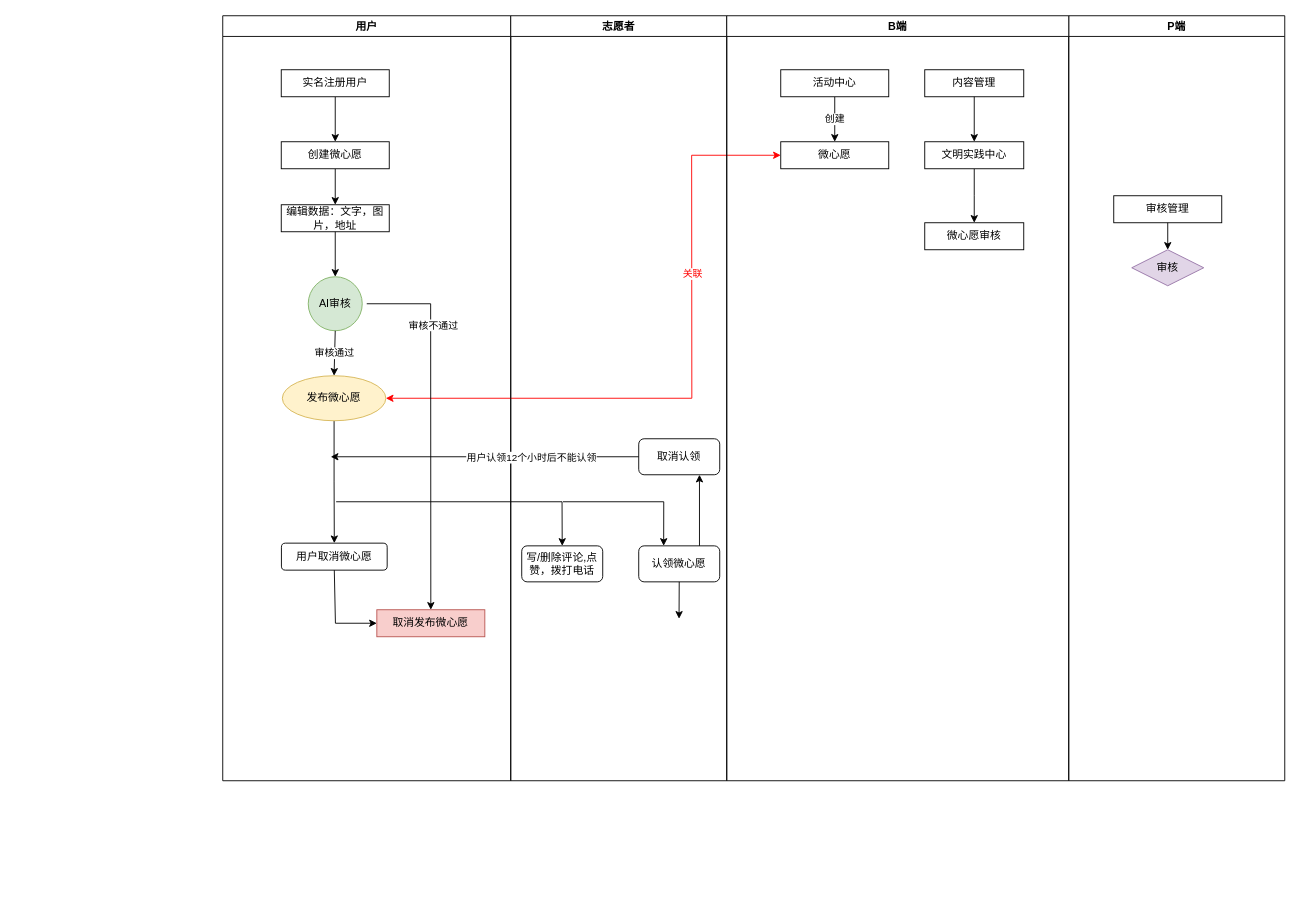
This is 微心愿改版.drawio from KZ137onethe/hello-world, a draw.io file, before an edit. Source tidied: cells renumbered, new cells numbered last; positions are measured from the earlier drawing's top-left corner, leaving out a move shared by most shapes. Both pictures are drawn from the tidied source at 90%, with x=0, y=0 at pixel (222, 15).
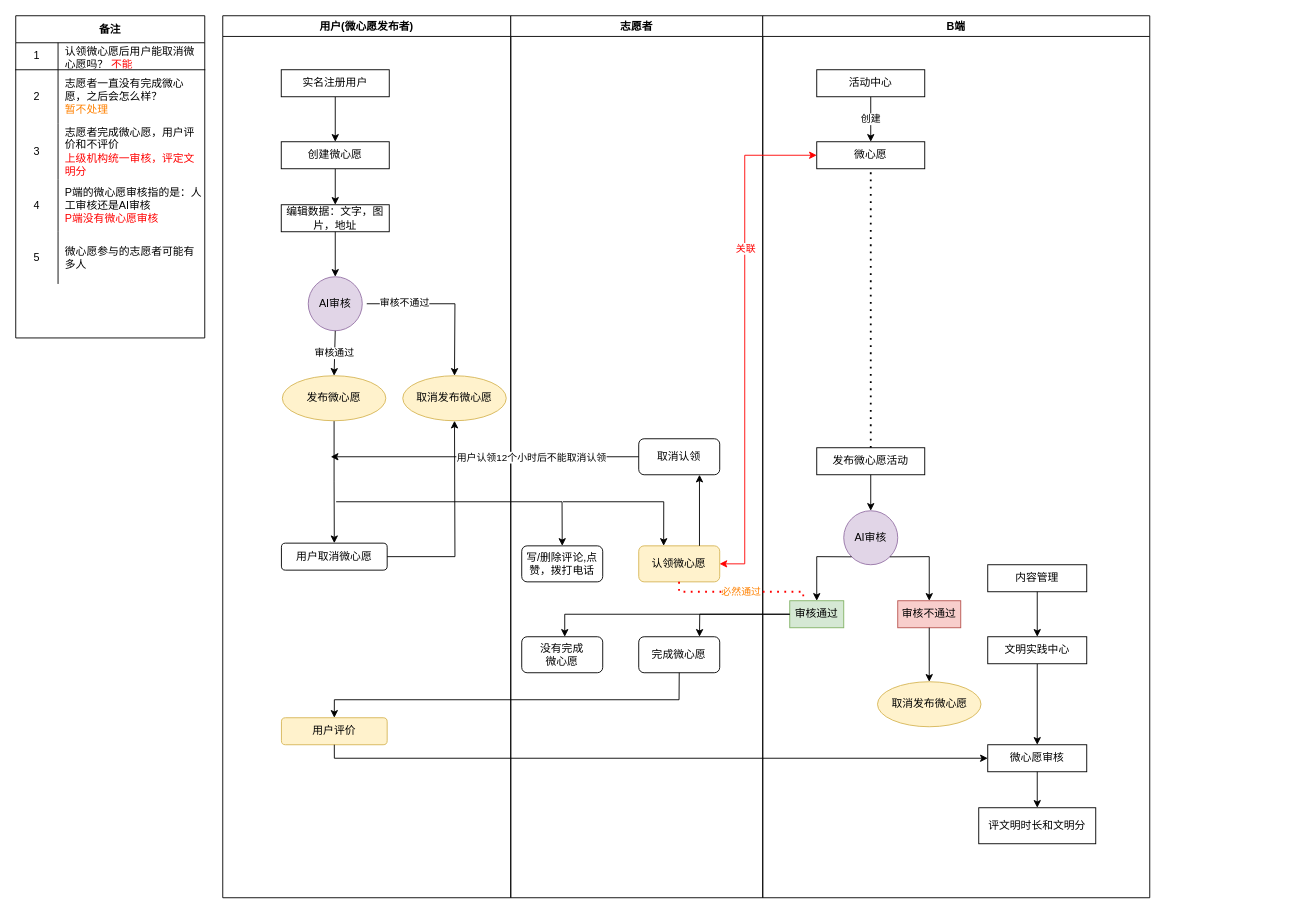
Above is the later version.

Commit message:
微心愿改版.drawio

Unchanged cells that the change refers to:
```xml
<mxCell id="10" value="用户取消微心愿" style="rounded=1;whiteSpace=wrap;html=1;fontColor=#000000;strokeWidth=1;verticalAlign=middle;" parent="2" vertex="1">
  <mxGeometry x="65.2" y="586" width="117.5" height="30" as="geometry" />
</mxCell>
<mxCell id="30" value="微心愿" style="rounded=0;whiteSpace=wrap;html=1;" parent="27" vertex="1">
  <mxGeometry x="60" y="140" width="120" height="30" as="geometry" />
</mxCell>
<mxCell id="36" style="endArrow=classic;html=1;rounded=0;fontColor=#000000;strokeColor=#000000;exitX=0;exitY=0.5;exitDx=0;exitDy=0;" parent="1" edge="1" source="21">
  <mxGeometry relative="1" as="geometry">
    <mxPoint x="120" y="490" as="targetPoint" />
  </mxGeometry>
</mxCell>
```

Change to the diagram source:
```diff
@@
-    <mxCell id="2" value="用户" style="swimlane;" parent="1" vertex="1">
-      <mxGeometry width="320" height="850" as="geometry" />
+    <mxCell id="2" value="用户(微心愿发布者)" style="swimlane;" parent="1" vertex="1">
+      <mxGeometry width="320" height="980" as="geometry" />
     </mxCell>
@@
-    <mxCell id="11" value="&lt;font color=&quot;#000000&quot;&gt;AI审核&lt;/font&gt;" style="ellipse;whiteSpace=wrap;html=1;shadow=0;glass=0;strokeColor=#82b366;strokeWidth=1;fillColor=#d5e8d4;verticalAlign=middle;" parent="2" vertex="1">
+    <mxCell id="11" value="&lt;font color=&quot;#000000&quot;&gt;AI审核&lt;/font&gt;" style="ellipse;whiteSpace=wrap;html=1;shadow=0;glass=0;strokeColor=#9673a6;strokeWidth=1;fillColor=#e1d5e7;verticalAlign=middle;" parent="2" vertex="1">
       <mxGeometry x="95" y="290" width="60" height="60" as="geometry" />
     </mxCell>
@@
-    <mxCell id="14" style="endArrow=classic;startArrow=classic;html=1;rounded=0;exitX=1;exitY=0.5;exitDx=0;exitDy=0;exitPerimeter=0;entryX=0;entryY=0.5;entryDx=0;entryDy=0;strokeColor=#FF0000;" parent="2" edge="1" target="30">
-      <mxGeometry relative="1" as="geometry">
-        <mxPoint x="181.2" y="425" as="sourcePoint" />
-        <Array as="points">
-          <mxPoint x="521.2" y="425" />
-          <mxPoint x="521" y="155" />
-        </Array>
-      </mxGeometry>
-    </mxCell>
-    <mxCell id="15" value="关联" style="edgeLabel;html=1;align=center;verticalAlign=middle;fontColor=#FF0000;" parent="14" vertex="1">
-      <mxGeometry x="0.35" relative="1" as="geometry" />
-    </mxCell>
-    <mxCell id="16" value="取消发布微心愿" style="rounded=0;whiteSpace=wrap;html=1;fillColor=#f8cecc;strokeColor=#b85450;" parent="2" vertex="1">
-      <mxGeometry x="171.2" y="660" width="120" height="30" as="geometry" />
-    </mxCell>
-    <mxCell id="17" style="endArrow=classic;html=1;rounded=0;fontColor=#FF0000;strokeColor=#000000;entryX=0;entryY=0.5;entryDx=0;entryDy=0;exitX=0.5;exitY=1;exitDx=0;exitDy=0;" parent="2" edge="1" source="10" target="16">
+    <mxCell id="17" style="endArrow=classic;html=1;rounded=0;fontColor=#FF0000;strokeColor=#000000;entryX=0.5;entryY=1;entryDx=0;entryDy=0;exitX=1;exitY=0.5;exitDx=0;exitDy=0;entryPerimeter=0;" parent="2" edge="1" source="10">
       <mxGeometry relative="1" as="geometry">
+        <mxPoint x="257.5" y="450" as="targetPoint" />
         <Array as="points">
-          <mxPoint x="125.2" y="675" />
+          <mxPoint x="258" y="601" />
         </Array>
       </mxGeometry>
     </mxCell>
+    <mxCell id="43" value="用户评价" style="rounded=1;whiteSpace=wrap;html=1;strokeWidth=1;verticalAlign=middle;fillColor=#fff2cc;strokeColor=#d6b656;" parent="2" vertex="1">
+      <mxGeometry x="65.2" y="780" width="117.5" height="30" as="geometry" />
+    </mxCell>
+    <mxCell id="44" value="取消发布微心愿" style="strokeWidth=1;html=1;shape=mxgraph.flowchart.start_1;whiteSpace=wrap;fillColor=#fff2cc;strokeColor=#d6b656;" parent="2" vertex="1">
+      <mxGeometry x="200" y="400" width="115" height="50" as="geometry" />
+    </mxCell>
     <mxCell id="18" value="志愿者" style="swimlane;" parent="1" vertex="1">
-      <mxGeometry x="320" width="240" height="850" as="geometry" />
+      <mxGeometry x="320" width="280" height="980" as="geometry" />
     </mxCell>
@@
-    <mxCell id="20" value="认领微心愿" style="rounded=1;whiteSpace=wrap;html=1;fontColor=#000000;strokeWidth=1;verticalAlign=middle;glass=0;" parent="18" vertex="1">
+    <mxCell id="20" value="认领微心愿" style="rounded=1;whiteSpace=wrap;html=1;strokeWidth=1;verticalAlign=middle;glass=0;fillColor=#fff2cc;strokeColor=#d6b656;" parent="18" vertex="1">
       <mxGeometry x="142.2" y="589" width="90" height="40" as="geometry" />
     </mxCell>
@@
-    <mxCell id="23" value="P端" style="swimlane;" parent="1" vertex="1">
-      <mxGeometry x="940" width="240" height="850" as="geometry" />
-    </mxCell>
-    <mxCell id="24" value="审核" style="strokeWidth=1;html=1;shape=mxgraph.flowchart.decision;whiteSpace=wrap;fillColor=#e1d5e7;strokeColor=#9673a6;" parent="23" vertex="1">
-      <mxGeometry x="70" y="260" width="80" height="40" as="geometry" />
-    </mxCell>
-    <mxCell id="25" value="审核管理" style="rounded=0;whiteSpace=wrap;html=1;" parent="23" vertex="1">
-      <mxGeometry x="50" y="200" width="120" height="30" as="geometry" />
-    </mxCell>
-    <mxCell id="26" style="endArrow=classic;html=1;rounded=0;exitX=0.5;exitY=1;exitDx=0;exitDy=0;entryX=0.5;entryY=0;entryDx=0;entryDy=0;entryPerimeter=0;" parent="23" edge="1" source="25" target="24">
-      <mxGeometry relative="1" as="geometry" />
-    </mxCell>
+    <mxCell id="45" value="完成微心愿" style="rounded=1;whiteSpace=wrap;html=1;fontColor=#000000;strokeWidth=1;verticalAlign=middle;glass=0;" parent="18" vertex="1">
+      <mxGeometry x="142.2" y="690" width="90" height="40" as="geometry" />
+    </mxCell>
+    <mxCell id="46" value="没有完成&lt;br&gt;微心愿" style="rounded=1;whiteSpace=wrap;html=1;fontColor=#000000;strokeWidth=1;verticalAlign=middle;glass=0;" parent="18" vertex="1">
+      <mxGeometry x="12.2" y="690" width="90" height="40" as="geometry" />
+    </mxCell>
     <mxCell id="27" value="B端" style="swimlane;" parent="1" vertex="1">
-      <mxGeometry x="560" width="380" height="850" as="geometry" />
+      <mxGeometry x="600" width="430" height="980" as="geometry" />
     </mxCell>
@@
     <mxCell id="31" value="内容管理" style="rounded=0;whiteSpace=wrap;html=1;strokeWidth=1;" parent="27" vertex="1">
-      <mxGeometry x="220" y="60" width="110" height="30" as="geometry" />
+      <mxGeometry x="250" y="610" width="110" height="30" as="geometry" />
     </mxCell>
-    <mxCell id="32" style="edgeStyle=orthogonalEdgeStyle;rounded=0;jettySize=auto;html=1;exitX=0.5;exitY=1;exitDx=0;exitDy=0;" parent="27" edge="1" source="33">
-      <mxGeometry relative="1" as="geometry">
-        <mxPoint x="275" y="230" as="targetPoint" />
-      </mxGeometry>
+    <mxCell id="32" style="edgeStyle=orthogonalEdgeStyle;rounded=0;jettySize=auto;html=1;exitX=0.5;exitY=1;exitDx=0;exitDy=0;entryX=0.5;entryY=0;entryDx=0;entryDy=0;" parent="27" edge="1" source="33" target="35">
+      <mxGeometry relative="1" as="geometry" />
     </mxCell>
     <mxCell id="33" value="文明实践中心" style="rounded=0;whiteSpace=wrap;html=1;strokeWidth=1;" parent="27" vertex="1">
-      <mxGeometry x="220" y="140" width="110" height="30" as="geometry" />
+      <mxGeometry x="250" y="690" width="110" height="30" as="geometry" />
     </mxCell>
@@
     <mxCell id="35" value="微心愿审核" style="rounded=0;whiteSpace=wrap;html=1;strokeWidth=1;" parent="27" vertex="1">
-      <mxGeometry x="220" y="230" width="110" height="30" as="geometry" />
+      <mxGeometry x="250" y="810" width="110" height="30" as="geometry" />
     </mxCell>
+    <mxCell id="47" value="发布微心愿活动" style="rounded=0;whiteSpace=wrap;html=1;" parent="27" vertex="1">
+      <mxGeometry x="60" y="480" width="120" height="30" as="geometry" />
+    </mxCell>
+    <mxCell id="48" style="endArrow=none;dashed=1;html=1;dashPattern=1 3;strokeWidth=2;rounded=0;exitX=0.5;exitY=0;exitDx=0;exitDy=0;entryX=0.5;entryY=1;entryDx=0;entryDy=0;" parent="27" edge="1" source="47" target="30">
+      <mxGeometry relative="1" as="geometry" />
+    </mxCell>
+    <mxCell id="49" value="&lt;font color=&quot;#000000&quot;&gt;AI审核&lt;/font&gt;" style="ellipse;whiteSpace=wrap;html=1;shadow=0;glass=0;strokeColor=#9673a6;strokeWidth=1;fillColor=#e1d5e7;verticalAlign=middle;" parent="27" vertex="1">
+      <mxGeometry x="90" y="550" width="60" height="60" as="geometry" />
+    </mxCell>
+    <mxCell id="50" style="endArrow=classic;html=1;rounded=0;exitX=0.5;exitY=1;exitDx=0;exitDy=0;entryX=0.5;entryY=0;entryDx=0;entryDy=0;" parent="27" edge="1" source="47" target="49">
+      <mxGeometry relative="1" as="geometry" />
+    </mxCell>
+    <mxCell id="51" value="审核通过" style="rounded=0;whiteSpace=wrap;html=1;fillColor=#d5e8d4;strokeColor=#82b366;" parent="27" vertex="1">
+      <mxGeometry x="30" y="650" width="60" height="30" as="geometry" />
+    </mxCell>
+    <mxCell id="52" style="endArrow=classic;html=1;rounded=0;exitX=1;exitY=1;exitDx=0;exitDy=0;entryX=0.5;entryY=0;entryDx=0;entryDy=0;" parent="27" edge="1" source="49" target="53">
+      <mxGeometry relative="1" as="geometry">
+        <Array as="points">
+          <mxPoint x="185" y="601" />
+        </Array>
+      </mxGeometry>
+    </mxCell>
+    <mxCell id="53" value="审核不通过" style="rounded=0;whiteSpace=wrap;html=1;fillColor=#f8cecc;strokeColor=#b85450;" parent="27" vertex="1">
+      <mxGeometry x="150" y="650" width="70" height="30" as="geometry" />
+    </mxCell>
+    <mxCell id="54" style="endArrow=classic;html=1;rounded=0;fontSize=11;fontColor=#FF8000;strokeColor=#000000;exitX=0.5;exitY=1;exitDx=0;exitDy=0;entryX=0.5;entryY=0;entryDx=0;entryDy=0;" parent="27" edge="1" source="53">
+      <mxGeometry relative="1" as="geometry">
+        <mxPoint x="185" y="740" as="targetPoint" />
+      </mxGeometry>
+    </mxCell>
+    <mxCell id="55" value="评文明时长和文明分" style="rounded=0;whiteSpace=wrap;html=1;strokeWidth=1;" parent="27" vertex="1">
+      <mxGeometry x="240" y="880" width="130" height="40" as="geometry" />
+    </mxCell>
+    <mxCell id="56" style="endArrow=classic;html=1;rounded=0;exitX=0;exitY=1;exitDx=0;exitDy=0;entryX=0.5;entryY=0;entryDx=0;entryDy=0;" parent="27" edge="1" source="49" target="51">
+      <mxGeometry relative="1" as="geometry">
+        <Array as="points">
+          <mxPoint x="60" y="601" />
+        </Array>
+      </mxGeometry>
+    </mxCell>
+    <mxCell id="57" value="取消发布微心愿" style="strokeWidth=1;html=1;shape=mxgraph.flowchart.start_1;whiteSpace=wrap;fillColor=#fff2cc;strokeColor=#d6b656;" parent="27" vertex="1">
+      <mxGeometry x="127.5" y="740" width="115" height="50" as="geometry" />
+    </mxCell>
@@
-    <mxCell id="37" value="用户认领12个小时后不能认领" style="edgeLabel;html=1;align=center;verticalAlign=middle;fontColor=#000000;" parent="36" vertex="1">
+    <mxCell id="37" value="用户认领12个小时后不能取消认领" style="edgeLabel;html=1;align=center;verticalAlign=middle;fontColor=#000000;" parent="36" vertex="1">
       <mxGeometry x="-0.3" relative="1" as="geometry" />
     </mxCell>
-    <mxCell id="38" style="endArrow=classic;html=1;rounded=0;fontColor=#000000;strokeColor=#000000;" parent="1" edge="1" target="16">
+    <mxCell id="38" style="endArrow=classic;html=1;rounded=0;fontColor=#000000;strokeColor=#000000;entryX=0.5;entryY=0;entryDx=0;entryDy=0;entryPerimeter=0;" parent="1" edge="1">
       <mxGeometry relative="1" as="geometry">
         <mxPoint x="160" y="320" as="sourcePoint" />
+        <mxPoint x="257.5" y="400" as="targetPoint" />
         <Array as="points">
-          <mxPoint x="231" y="320" />
+          <mxPoint x="258" y="320" />
         </Array>
       </mxGeometry>
     </mxCell>
@@
-    <mxCell id="42" style="endArrow=classic;html=1;rounded=0;fontColor=#000000;strokeColor=#000000;exitX=0.5;exitY=1;exitDx=0;exitDy=0;" parent="1" edge="1" source="20">
-      <mxGeometry relative="1" as="geometry">
-        <mxPoint x="507" y="670" as="targetPoint" />
-      </mxGeometry>
-    </mxCell>
+    <mxCell id="14" style="endArrow=classic;startArrow=classic;html=1;rounded=0;entryX=0;entryY=0.5;entryDx=0;entryDy=0;strokeColor=#FF0000;" parent="1" edge="1" target="30">
+      <mxGeometry relative="1" as="geometry">
+        <mxPoint x="552" y="609" as="sourcePoint" />
+        <Array as="points">
+          <mxPoint x="580" y="609" />
+          <mxPoint x="580" y="155" />
+        </Array>
+      </mxGeometry>
+    </mxCell>
+    <mxCell id="15" value="关联" style="edgeLabel;html=1;align=center;verticalAlign=middle;fontColor=#FF0000;" parent="14" vertex="1">
+      <mxGeometry x="0.35" relative="1" as="geometry" />
+    </mxCell>
+    <mxCell id="58" style="endArrow=classic;html=1;rounded=0;exitX=0;exitY=0.5;exitDx=0;exitDy=0;entryX=0.75;entryY=0;entryDx=0;entryDy=0;" parent="1" edge="1" source="51" target="45">
+      <mxGeometry relative="1" as="geometry">
+        <Array as="points">
+          <mxPoint x="530" y="665" />
+        </Array>
+      </mxGeometry>
+    </mxCell>
+    <mxCell id="59" style="endArrow=classic;html=1;rounded=0;exitX=0.5;exitY=1;exitDx=0;exitDy=0;entryX=0.5;entryY=0;entryDx=0;entryDy=0;" parent="1" edge="1" source="45" target="43">
+      <mxGeometry relative="1" as="geometry">
+        <Array as="points">
+          <mxPoint x="507" y="760" />
+          <mxPoint x="124" y="760" />
+        </Array>
+      </mxGeometry>
+    </mxCell>
+    <mxCell id="60" value="备注" style="shape=table;startSize=30;childLayout=tableLayout;rowLines=0;fontStyle=1;align=center;" parent="1" vertex="1">
+      <mxGeometry x="-230" width="210" height="358" as="geometry" />
+    </mxCell>
+    <mxCell id="61" style="shape=partialRectangle;html=1;whiteSpace=wrap;fillColor=none;top=0;left=0;bottom=1;right=0;" parent="60" vertex="1">
+      <mxGeometry y="30" width="210" height="30" as="geometry" />
+    </mxCell>
+    <mxCell id="62" value="1" style="shape=partialRectangle;html=1;whiteSpace=wrap;fillColor=none;top=0;left=0;bottom=0;right=0;overflow=hidden;" parent="61" vertex="1">
+      <mxGeometry width="47" height="30" as="geometry" />
+    </mxCell>
+    <mxCell id="63" value="认领微心愿后用户能取消微心愿吗？ &lt;font color=&quot;#ff0000&quot;&gt;不能&lt;/font&gt;" style="shape=partialRectangle;html=1;whiteSpace=wrap;fillColor=none;top=0;left=0;bottom=0;right=0;align=left;spacingLeft=6;overflow=hidden;" parent="61" vertex="1">
+      <mxGeometry x="47" width="163" height="30" as="geometry" />
+    </mxCell>
+    <mxCell id="64" style="shape=partialRectangle;html=1;whiteSpace=wrap;fillColor=none;top=0;left=0;bottom=0;right=0;" parent="60" vertex="1">
+      <mxGeometry y="60" width="210" height="60" as="geometry" />
+    </mxCell>
+    <mxCell id="65" value="2" style="shape=partialRectangle;html=1;whiteSpace=wrap;fillColor=none;top=0;left=0;bottom=0;right=0;overflow=hidden;" parent="64" vertex="1">
+      <mxGeometry width="47" height="60" as="geometry" />
+    </mxCell>
+    <mxCell id="66" value="志愿者一直没有完成微心愿，之后会怎么样？&lt;br&gt;&lt;font color=&quot;#ff8000&quot;&gt;暂不处理&lt;/font&gt;" style="shape=partialRectangle;html=1;whiteSpace=wrap;fillColor=none;top=0;left=0;bottom=0;right=0;align=left;spacingLeft=6;overflow=hidden;" parent="64" vertex="1">
+      <mxGeometry x="47" width="163" height="60" as="geometry" />
+    </mxCell>
+    <mxCell id="67" style="shape=partialRectangle;html=1;whiteSpace=wrap;fillColor=none;top=0;left=0;bottom=0;right=0;" parent="60" vertex="1">
+      <mxGeometry y="120" width="210" height="62" as="geometry" />
+    </mxCell>
+    <mxCell id="68" value="3" style="shape=partialRectangle;html=1;whiteSpace=wrap;fillColor=none;top=0;left=0;bottom=0;right=0;overflow=hidden;" parent="67" vertex="1">
+      <mxGeometry width="47" height="62" as="geometry" />
+    </mxCell>
+    <mxCell id="69" value="志愿者完成微心愿，用户评价和不评价&lt;br&gt;&lt;font color=&quot;#ff0000&quot;&gt;上级机构统一审核，评定文明分&lt;/font&gt;" style="shape=partialRectangle;html=1;whiteSpace=wrap;fillColor=none;top=0;left=0;bottom=0;right=0;align=left;spacingLeft=6;overflow=hidden;" parent="67" vertex="1">
+      <mxGeometry x="47" width="163" height="62" as="geometry" />
+    </mxCell>
+    <mxCell id="70" style="shape=partialRectangle;html=1;whiteSpace=wrap;fillColor=none;top=0;left=0;bottom=0;right=0;" parent="60" vertex="1">
+      <mxGeometry y="182" width="210" height="58" as="geometry" />
+    </mxCell>
+    <mxCell id="71" value="4" style="shape=partialRectangle;html=1;whiteSpace=wrap;fillColor=none;top=0;left=0;bottom=0;right=0;overflow=hidden;" parent="70" vertex="1">
+      <mxGeometry width="47" height="58" as="geometry" />
+    </mxCell>
+    <mxCell id="72" value="P端的微心愿审核指的是：人工审核还是AI审核&amp;nbsp; &lt;br&gt;&lt;font color=&quot;#ff0000&quot;&gt;P端没有微心愿审核&lt;/font&gt;" style="shape=partialRectangle;html=1;whiteSpace=wrap;fillColor=none;top=0;left=0;bottom=0;right=0;align=left;spacingLeft=6;overflow=hidden;" parent="70" vertex="1">
+      <mxGeometry x="47" width="163" height="58" as="geometry" />
+    </mxCell>
+    <mxCell id="73" style="shape=partialRectangle;html=1;whiteSpace=wrap;fillColor=none;top=0;left=0;bottom=0;right=0;" parent="60" vertex="1">
+      <mxGeometry y="240" width="210" height="58" as="geometry" />
+    </mxCell>
+    <mxCell id="74" value="5" style="shape=partialRectangle;html=1;whiteSpace=wrap;fillColor=none;top=0;left=0;bottom=0;right=0;overflow=hidden;" parent="73" vertex="1">
+      <mxGeometry width="47" height="58" as="geometry" />
+    </mxCell>
+    <mxCell id="75" value="微心愿参与的志愿者可能有多人" style="shape=partialRectangle;html=1;whiteSpace=wrap;fillColor=none;top=0;left=0;bottom=0;right=0;align=left;spacingLeft=6;overflow=hidden;" parent="73" vertex="1">
+      <mxGeometry x="47" width="163" height="58" as="geometry" />
+    </mxCell>
+    <mxCell id="76" style="endArrow=classic;html=1;rounded=0;fontSize=11;fontColor=#FF8000;exitX=0.5;exitY=1;exitDx=0;exitDy=0;entryX=0;entryY=0.5;entryDx=0;entryDy=0;" parent="1" edge="1" source="43" target="35">
+      <mxGeometry relative="1" as="geometry">
+        <Array as="points">
+          <mxPoint x="124" y="825" />
+        </Array>
+      </mxGeometry>
+    </mxCell>
+    <mxCell id="77" style="endArrow=classic;html=1;rounded=0;fontSize=11;fontColor=#FF8000;strokeColor=#000000;exitX=0.5;exitY=1;exitDx=0;exitDy=0;" parent="1" edge="1" source="35">
+      <mxGeometry relative="1" as="geometry">
+        <mxPoint x="905" y="880" as="targetPoint" />
+      </mxGeometry>
+    </mxCell>
+    <mxCell id="78" style="endArrow=classic;html=1;rounded=0;fontSize=11;fontColor=#FF8000;strokeColor=#000000;exitX=0;exitY=0.5;exitDx=0;exitDy=0;" parent="1" edge="1" source="51">
+      <mxGeometry relative="1" as="geometry">
+        <mxPoint x="380" y="690" as="targetPoint" />
+        <Array as="points">
+          <mxPoint x="380" y="665" />
+        </Array>
+      </mxGeometry>
+    </mxCell>
+    <mxCell id="79" value="必然通过" style="endArrow=none;dashed=1;html=1;dashPattern=1 3;strokeWidth=2;rounded=0;fontSize=11;fontColor=#FF8000;strokeColor=#FF0000;entryX=0.25;entryY=0;entryDx=0;entryDy=0;" parent="1" edge="1" target="51">
+      <mxGeometry relative="1" as="geometry">
+        <mxPoint x="507" y="629" as="sourcePoint" />
+        <Array as="points">
+          <mxPoint x="507" y="640" />
+          <mxPoint x="645" y="640" />
+        </Array>
+      </mxGeometry>
+    </mxCell>
```
